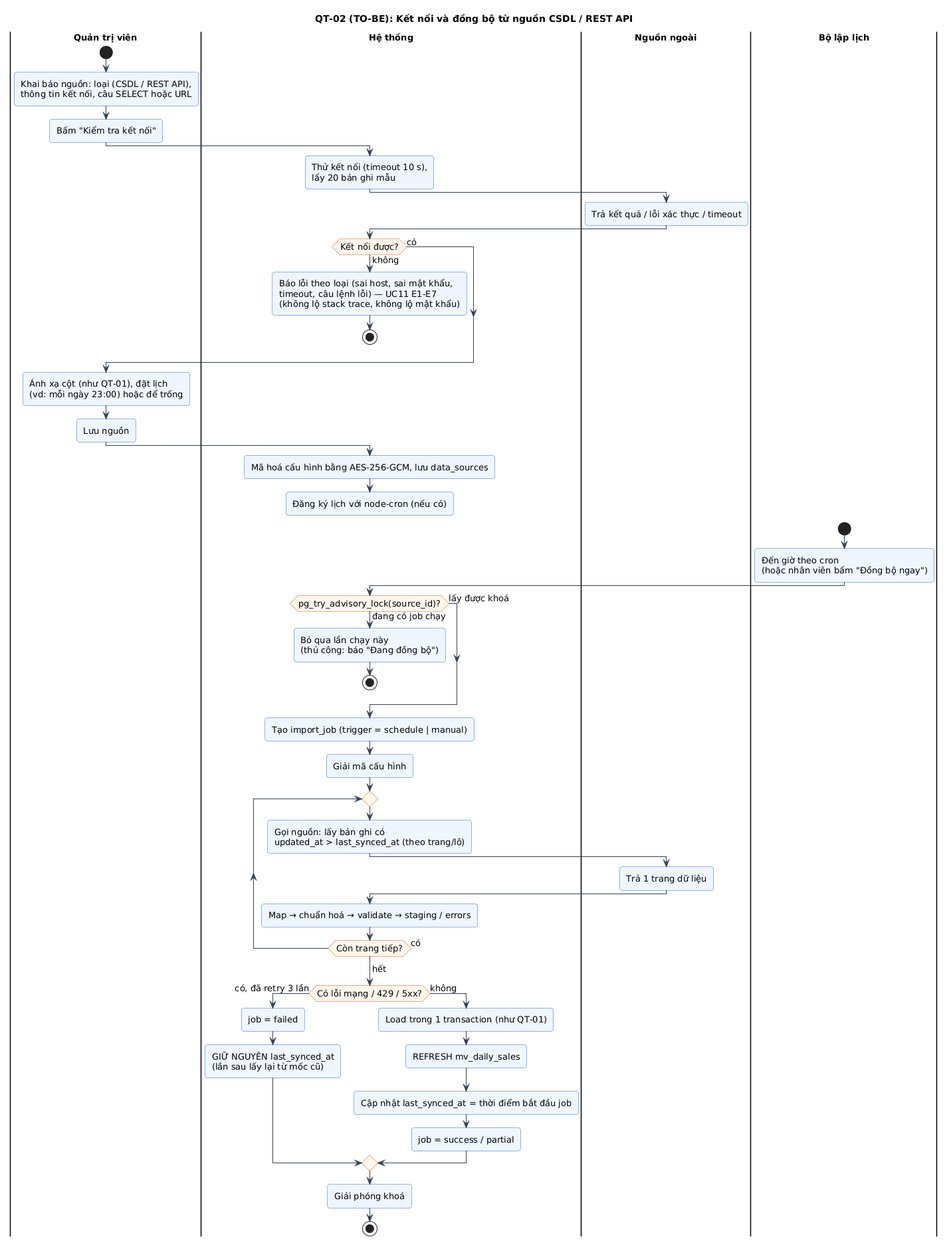
Above: docs/phan-tich/so-do/out/04-qt-dong-bo.png in hoang13516-dev/TTCN_CCROBO (PlantUML), before the change. The source it was exported from:
```plantuml
@startuml 04-qt-dong-bo
!include _style.iuml
title QT-02 (TO-BE): Kết nối và đồng bộ từ nguồn CSDL / REST API

|Quản trị viên|
start
:Khai báo nguồn: loại (CSDL / REST API),
thông tin kết nối, câu SELECT hoặc URL;
:Bấm "Kiểm tra kết nối";
|Hệ thống|
:Thử kết nối (timeout 10 s),
lấy 20 bản ghi mẫu;
|Nguồn ngoài|
:Trả kết quả / lỗi xác thực / timeout;
|Hệ thống|
if (Kết nối được?) then (không)
  :Báo lỗi theo loại (sai host, sai mật khẩu,
  timeout, câu lệnh lỗi) — UC11 E1-E7
  (không lộ stack trace, không lộ mật khẩu);
  stop
else (có)
endif
|Quản trị viên|
:Ánh xạ cột (như QT-01), đặt lịch
(vd: mỗi ngày 23:00) hoặc để trống;
:Lưu nguồn;
|Hệ thống|
:Mã hoá cấu hình bằng AES-256-GCM, lưu data_sources;
:Đăng ký lịch với node-cron (nếu có);
detach

|Bộ lập lịch|
start
:Đến giờ theo cron
(hoặc nhân viên bấm "Đồng bộ ngay");
|Hệ thống|
if (pg_try_advisory_lock(source_id)?) then (đang có job chạy)
  :Bỏ qua lần chạy này
  (thủ công: báo "Đang đồng bộ");
  stop
else (lấy được khoá)
endif
:Tạo import_job (trigger = schedule | manual);
:Giải mã cấu hình;
repeat
  :Gọi nguồn: lấy bản ghi có
  updated_at > last_synced_at (theo trang/lô);
  |Nguồn ngoài|
  :Trả 1 trang dữ liệu;
  |Hệ thống|
  :Map → chuẩn hoá → validate → staging / errors;
repeat while (Còn trang tiếp?) is (có)
->hết;
if (Có lỗi mạng / 429 / 5xx?) then (có, đã retry 3 lần)
  :job = failed;
  :GIỮ NGUYÊN last_synced_at
  (lần sau lấy lại từ mốc cũ);
else (không)
  :Load trong 1 transaction (như QT-01);
  :REFRESH mv_daily_sales;
  :Cập nhật last_synced_at = thời điểm bắt đầu job;
  :job = success / partial;
endif
:Giải phóng khoá;
stop
@enduml
```
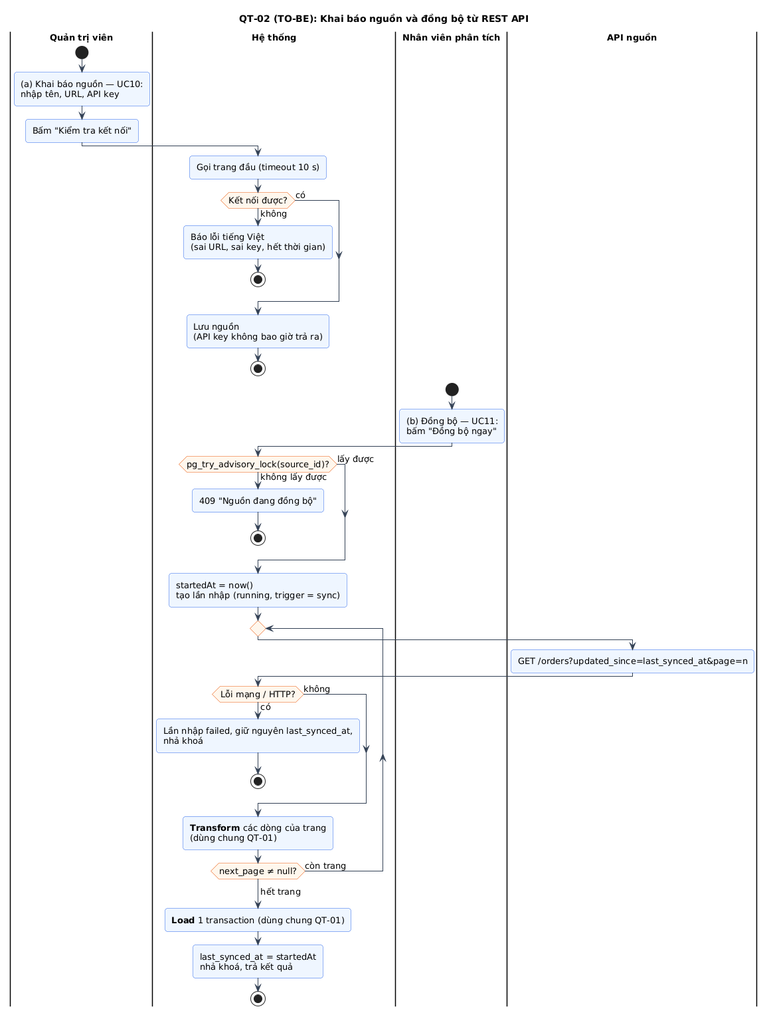
The same file after the commit.

Diff of the diagram source:
```diff
@@ -1,66 +1,51 @@
 @startuml 04-qt-dong-bo
 !include _style.iuml
-title QT-02 (TO-BE): Kết nối và đồng bộ từ nguồn CSDL / REST API
+title QT-02 (TO-BE): Khai báo nguồn và đồng bộ từ REST API
 
 |Quản trị viên|
 start
-:Khai báo nguồn: loại (CSDL / REST API),
-thông tin kết nối, câu SELECT hoặc URL;
+:(a) Khai báo nguồn — UC10:
+nhập tên, URL, API key;
 :Bấm "Kiểm tra kết nối";
 |Hệ thống|
-:Thử kết nối (timeout 10 s),
-lấy 20 bản ghi mẫu;
-|Nguồn ngoài|
-:Trả kết quả / lỗi xác thực / timeout;
-|Hệ thống|
+:Gọi trang đầu (timeout 10 s);
 if (Kết nối được?) then (không)
-  :Báo lỗi theo loại (sai host, sai mật khẩu,
-  timeout, câu lệnh lỗi) — UC11 E1-E7
-  (không lộ stack trace, không lộ mật khẩu);
+  :Báo lỗi tiếng Việt
+  (sai URL, sai key, hết thời gian);
   stop
 else (có)
 endif
-|Quản trị viên|
-:Ánh xạ cột (như QT-01), đặt lịch
-(vd: mỗi ngày 23:00) hoặc để trống;
-:Lưu nguồn;
+:Lưu nguồn
+(API key không bao giờ trả ra);
+stop
+|Nhân viên phân tích|
+start
+:(b) Đồng bộ — UC11:
+bấm "Đồng bộ ngay";
 |Hệ thống|
-:Mã hoá cấu hình bằng AES-256-GCM, lưu data_sources;
-:Đăng ký lịch với node-cron (nếu có);
-detach
-
-|Bộ lập lịch|
-start
-:Đến giờ theo cron
-(hoặc nhân viên bấm "Đồng bộ ngay");
-|Hệ thống|
-if (pg_try_advisory_lock(source_id)?) then (đang có job chạy)
-  :Bỏ qua lần chạy này
-  (thủ công: báo "Đang đồng bộ");
+if (pg_try_advisory_lock(source_id)?) then (không lấy được)
+  :409 "Nguồn đang đồng bộ";
   stop
-else (lấy được khoá)
+else (lấy được)
 endif
-:Tạo import_job (trigger = schedule | manual);
-:Giải mã cấu hình;
+:startedAt = now()
+tạo lần nhập (running, trigger = sync);
 repeat
-  :Gọi nguồn: lấy bản ghi có
-  updated_at > last_synced_at (theo trang/lô);
-  |Nguồn ngoài|
-  :Trả 1 trang dữ liệu;
+  |API nguồn|
+  :GET /orders?updated_since=last_synced_at&page=n;
   |Hệ thống|
-  :Map → chuẩn hoá → validate → staging / errors;
-repeat while (Còn trang tiếp?) is (có)
-->hết;
-if (Có lỗi mạng / 429 / 5xx?) then (có, đã retry 3 lần)
-  :job = failed;
-  :GIỮ NGUYÊN last_synced_at
-  (lần sau lấy lại từ mốc cũ);
-else (không)
-  :Load trong 1 transaction (như QT-01);
-  :REFRESH mv_daily_sales;
-  :Cập nhật last_synced_at = thời điểm bắt đầu job;
-  :job = success / partial;
-endif
-:Giải phóng khoá;
+  if (Lỗi mạng / HTTP?) then (có)
+    :Lần nhập failed, giữ nguyên last_synced_at,
+    nhả khoá;
+    stop
+  else (không)
+  endif
+  :**Transform** các dòng của trang
+  (dùng chung QT-01);
+repeat while (next_page ≠ null?) is (còn trang)
+->hết trang;
+:**Load** 1 transaction (dùng chung QT-01);
+:last_synced_at = startedAt
+nhả khoá, trả kết quả;
 stop
 @enduml
```
